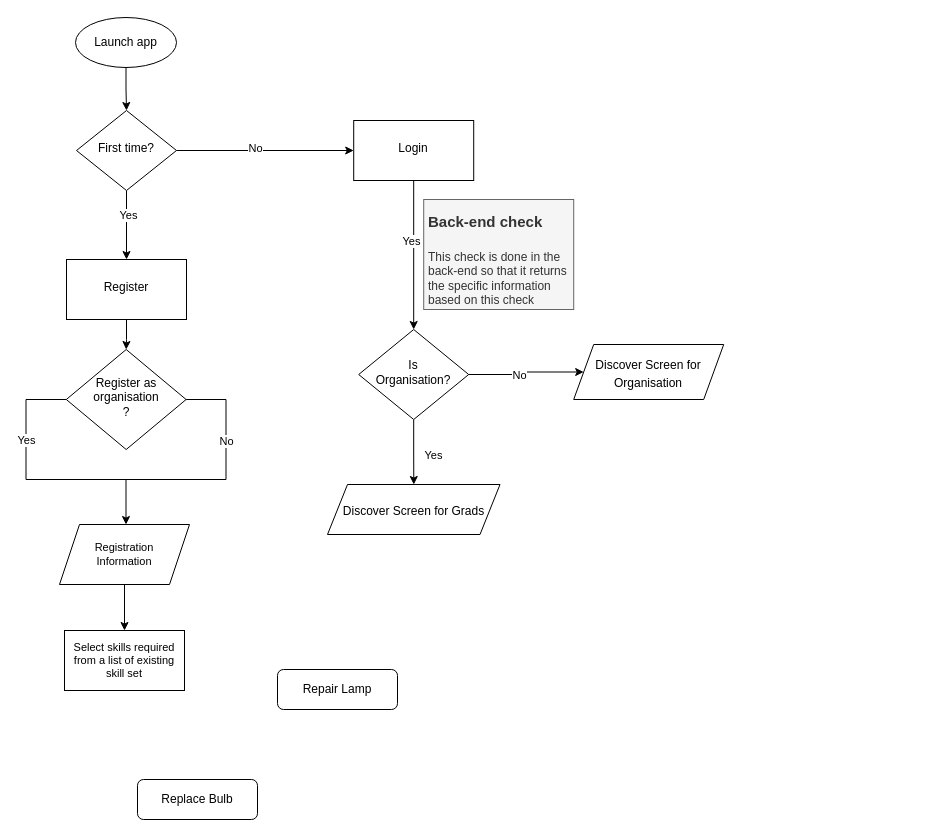
This is Untitled Diagram.drawio from mmtembu/hackjam-axis-board-final, a draw.io file, before an edit. Source tidied: cells renumbered, new cells numbered last; positions are measured from the earlier drawing's top-left corner, leaving out a move shared by most shapes. Both pictures are drawn from the tidied source at 100%, with x=0, y=0 at pixel (25, 17).
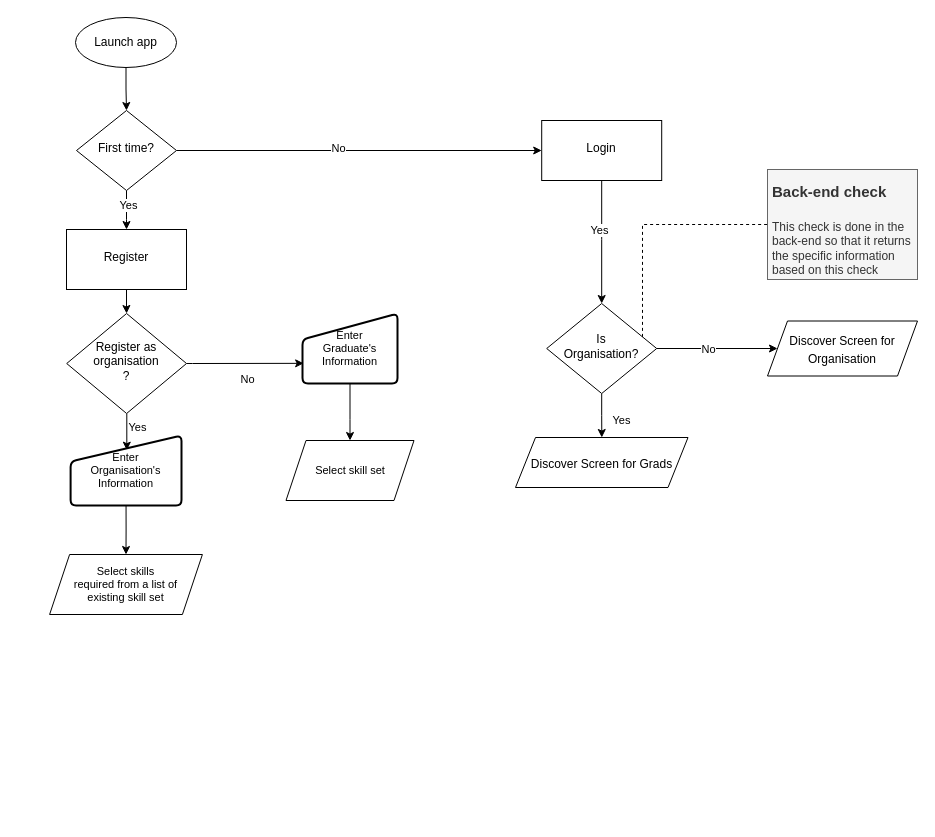
After the change.

Diff of the diagram source:
```diff
@@
-    <mxCell id="7" value="Repair Lamp" style="rounded=1;whiteSpace=wrap;html=1;fontSize=12;glass=0;strokeWidth=1;shadow=0;" parent="1" vertex="1">
-      <mxGeometry x="252" y="652" width="120" height="40" as="geometry" />
-    </mxCell>
-    <mxCell id="8" value="Replace Bulb" style="rounded=1;whiteSpace=wrap;html=1;fontSize=12;glass=0;strokeWidth=1;shadow=0;" parent="1" vertex="1">
-      <mxGeometry x="112" y="762" width="120" height="40" as="geometry" />
-    </mxCell>
@@
-    <mxCell id="11" style="edgeStyle=orthogonalEdgeStyle;rounded=0;jettySize=auto;html=1;" parent="1" edge="1" source="13" target="23">
+    <mxCell id="11" style="edgeStyle=orthogonalEdgeStyle;rounded=0;jettySize=auto;html=1;entryX=0;entryY=0.5;entryDx=0;entryDy=0;" parent="1" edge="1" source="13" target="23">
       <mxGeometry relative="1" as="geometry" />
     </mxCell>
@@
     <mxCell id="13" value="Is &lt;br&gt;Organisation?" style="rhombus;whiteSpace=wrap;html=1;shadow=0;fontFamily=Helvetica;fontSize=12;align=center;strokeWidth=1;spacing=6;spacingTop=-4;" parent="1" vertex="1">
-      <mxGeometry x="333.2" y="312" width="110" height="90" as="geometry" />
+      <mxGeometry x="521.2" y="286" width="110" height="90" as="geometry" />
     </mxCell>
     <mxCell id="14" value="&lt;h1&gt;&lt;font style=&quot;font-size: 15px;&quot;&gt;Back-end check&lt;/font&gt;&lt;/h1&gt;&lt;p&gt;This check is done in the back-end so that it returns the specific information based on this check&lt;/p&gt;" style="text;html=1;strokeColor=#666666;fillColor=#f5f5f5;spacing=5;spacingTop=-20;whiteSpace=wrap;overflow=hidden;rounded=0;fontColor=#333333;" parent="1" vertex="1">
-      <mxGeometry x="398.2" y="182" width="150" height="110" as="geometry" />
+      <mxGeometry x="742" y="152" width="150" height="110" as="geometry" />
     </mxCell>
@@
     <mxCell id="18" value="Register" style="whiteSpace=wrap;html=1;shadow=0;strokeWidth=1;spacing=6;spacingTop=-4;" parent="1" vertex="1">
-      <mxGeometry x="41" y="242" width="120" height="60" as="geometry" />
+      <mxGeometry x="41" y="212" width="120" height="60" as="geometry" />
     </mxCell>
     <mxCell id="19" style="edgeStyle=orthogonalEdgeStyle;rounded=0;jettySize=auto;html=1;entryX=0.5;entryY=0;entryDx=0;entryDy=0;" parent="1" edge="1" source="21" target="13">
       <mxGeometry relative="1" as="geometry">
         <Array as="points">
-          <mxPoint x="388.2" y="222" />
-          <mxPoint x="388.2" y="222" />
+          <mxPoint x="576.2" y="222" />
+          <mxPoint x="576.2" y="222" />
         </Array>
       </mxGeometry>
     </mxCell>
@@
     <mxCell id="21" value="Login" style="whiteSpace=wrap;html=1;shadow=0;strokeWidth=1;spacing=6;spacingTop=-4;" parent="1" vertex="1">
-      <mxGeometry x="328.2" y="103" width="120" height="60" as="geometry" />
+      <mxGeometry x="516.2" y="103" width="120" height="60" as="geometry" />
     </mxCell>
     <mxCell id="22" value="&lt;span style=&quot;font-size: 12px;&quot;&gt;Discover Screen for Grads&lt;/span&gt;" style="shape=parallelogram;perimeter=parallelogramPerimeter;whiteSpace=wrap;html=1;fixedSize=1;fontSize=15;" parent="1" vertex="1">
-      <mxGeometry x="302" y="467" width="172.5" height="50" as="geometry" />
+      <mxGeometry x="490" y="420" width="172.5" height="50" as="geometry" />
     </mxCell>
     <mxCell id="23" value="&lt;span style=&quot;font-size: 12px;&quot;&gt;Discover Screen for Organisation&lt;/span&gt;" style="shape=parallelogram;perimeter=parallelogramPerimeter;whiteSpace=wrap;html=1;fixedSize=1;fontSize=15;" parent="1" vertex="1">
-      <mxGeometry x="548.2" y="327" width="150" height="55" as="geometry" />
+      <mxGeometry x="742" y="303.5" width="150" height="55" as="geometry" />
     </mxCell>
-    <mxCell id="24" value="Yes" style="edgeStyle=orthogonalEdgeStyle;rounded=0;jettySize=auto;html=1;fontSize=11;" parent="1" edge="1" source="26" target="28">
-      <mxGeometry x="-0.39" relative="1" as="geometry">
+    <mxCell id="24" value="Yes" style="edgeStyle=orthogonalEdgeStyle;rounded=0;jettySize=auto;html=1;fontSize=11;exitX=0.5;exitY=1;exitDx=0;exitDy=0;entryX=0.507;entryY=0.21;entryDx=0;entryDy=0;entryPerimeter=0;" parent="1" edge="1" source="26" target="33">
+      <mxGeometry x="-0.21" y="11" relative="1" as="geometry">
         <Array as="points">
-          <mxPoint x="0.5" y="382" />
-          <mxPoint x="0.5" y="462" />
-          <mxPoint x="100.5" y="462" />
+          <mxPoint x="101" y="432" />
+          <mxPoint x="102" y="432" />
         </Array>
       </mxGeometry>
     </mxCell>
-    <mxCell id="25" value="No" style="edgeStyle=orthogonalEdgeStyle;rounded=0;jettySize=auto;html=1;fontSize=11;endArrow=none;endFill=0;" parent="1" edge="1" source="26">
-      <mxGeometry x="-0.25" relative="1" as="geometry">
-        <mxPoint x="100.5" y="462" as="targetPoint" />
+    <mxCell id="25" value="No" style="edgeStyle=orthogonalEdgeStyle;rounded=0;jettySize=auto;html=1;fontSize=11;endArrow=classic;endFill=1;entryX=0.012;entryY=0.712;entryDx=0;entryDy=0;exitX=1;exitY=0.5;exitDx=0;exitDy=0;entryPerimeter=0;" parent="1" edge="1" source="26" target="32">
+      <mxGeometry x="0.04" y="-16" relative="1" as="geometry">
         <Array as="points">
-          <mxPoint x="200.5" y="382" />
-          <mxPoint x="200.5" y="462" />
+          <mxPoint x="167" y="346" />
         </Array>
       </mxGeometry>
     </mxCell>
     <mxCell id="26" value="Register as organisation&lt;br&gt;?" style="rhombus;whiteSpace=wrap;html=1;shadow=0;fontFamily=Helvetica;fontSize=12;align=center;strokeWidth=1;spacing=6;spacingTop=-4;" parent="1" vertex="1">
-      <mxGeometry x="40.8" y="332" width="119.8" height="100" as="geometry" />
+      <mxGeometry x="41.2" y="296" width="119.8" height="100" as="geometry" />
     </mxCell>
-    <mxCell id="27" style="edgeStyle=orthogonalEdgeStyle;rounded=0;jettySize=auto;html=1;fontSize=11;endArrow=classic;endFill=1;" parent="1" edge="1" source="28" target="29">
+    <mxCell id="27" style="edgeStyle=orthogonalEdgeStyle;rounded=0;jettySize=auto;html=1;fontSize=11;endArrow=classic;endFill=1;exitX=0.5;exitY=1;exitDx=0;exitDy=0;entryX=0.5;entryY=0;entryDx=0;entryDy=0;" parent="1" edge="1" source="33" target="29">
       <mxGeometry relative="1" as="geometry" />
     </mxCell>
-    <mxCell id="28" value="Registration &lt;br&gt;Information" style="shape=parallelogram;perimeter=parallelogramPerimeter;whiteSpace=wrap;html=1;fixedSize=1;fontSize=11;" parent="1" vertex="1">
-      <mxGeometry x="34" y="507" width="130" height="60" as="geometry" />
-    </mxCell>
+    <mxCell id="30" style="edgeStyle=orthogonalEdgeStyle;rounded=0;jettySize=auto;html=1;fontSize=11;endArrow=classic;endFill=1;exitX=0.5;exitY=1;exitDx=0;exitDy=0;" parent="1" edge="1" source="32" target="31">
+      <mxGeometry relative="1" as="geometry">
+        <Array as="points">
+          <mxPoint x="325" y="402" />
+          <mxPoint x="325" y="402" />
+        </Array>
+      </mxGeometry>
+    </mxCell>
+    <mxCell id="31" value="Select skill set" style="shape=parallelogram;perimeter=parallelogramPerimeter;whiteSpace=wrap;html=1;fixedSize=1;fontSize=11;" parent="1" vertex="1">
+      <mxGeometry x="260.5" y="423" width="128" height="60" as="geometry" />
+    </mxCell>
+    <mxCell id="32" value="Enter&lt;br&gt;Graduate's&lt;br&gt;Information" style="html=1;strokeWidth=2;shape=manualInput;whiteSpace=wrap;rounded=1;size=26;arcSize=11;fontSize=11;" parent="1" vertex="1">
+      <mxGeometry x="277" y="296" width="95" height="70" as="geometry" />
+    </mxCell>
+    <mxCell id="33" value="Enter&lt;br&gt;Organisation's&lt;br&gt;Information" style="html=1;strokeWidth=2;shape=manualInput;whiteSpace=wrap;rounded=1;size=26;arcSize=11;fontSize=11;" parent="1" vertex="1">
+      <mxGeometry x="45.1" y="418" width="110.9" height="70" as="geometry" />
+    </mxCell>
+    <mxCell id="34" style="edgeStyle=orthogonalEdgeStyle;rounded=0;jettySize=auto;html=1;entryX=0;entryY=0.5;entryDx=0;entryDy=0;dashed=1;endArrow=none;endFill=0;" parent="1" edge="1" source="13" target="14">
+      <mxGeometry relative="1" as="geometry">
+        <Array as="points">
+          <mxPoint x="617" y="207" />
+        </Array>
+      </mxGeometry>
+    </mxCell>
-    <mxCell id="29" value="Select skills required from a list of existing skill set" style="whiteSpace=wrap;html=1;fontSize=11;" parent="1" vertex="1">
-      <mxGeometry x="39" y="613" width="120" height="60" as="geometry" />
+    <mxCell id="29" value="Select skills &lt;br&gt;required from a list of &lt;br&gt;existing skill set" style="shape=parallelogram;perimeter=parallelogramPerimeter;whiteSpace=wrap;html=1;fixedSize=1;fontSize=11;" parent="1" vertex="1">
+      <mxGeometry x="24.1" y="537" width="152.8" height="60" as="geometry" />
     </mxCell>
```
